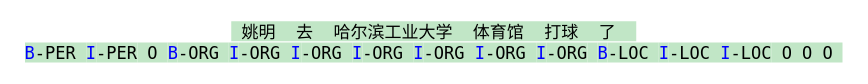
Above: ner.drawio in Daisysanmu/store_anything_box (draw.io), before the change. Source tidied: cells renumbered, new cells numbered last; positions are measured from the earlier drawing's top-left corner, leaving out a move shared by most shapes. Both pictures are drawn from the tidied source at 125%, with x=0, y=0 at pixel (21, 22).
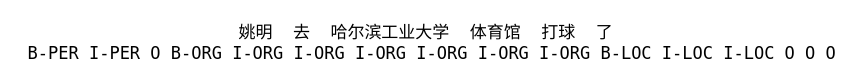
After the change.

The edit, as a diff of the source:
```diff
@@
 <mxGraphModel>
   <root>
     <mxCell id="0" />
     <mxCell id="1" parent="0" />
-    <mxCell id="2" value="&lt;div style=&quot;&quot;&gt;&lt;span style=&quot;font-family: ui-monospace, SFMono-Regular, &amp;quot;SF Mono&amp;quot;, Menlo, Consolas, &amp;quot;Liberation Mono&amp;quot;, monospace; font-size: 13.6px; white-space: pre; background-color: rgb(193, 230, 198);&quot;&gt; 姚明  去  哈尔滨工业大学  体育馆  打球  了  &lt;br&gt;&lt;/span&gt;&lt;span style=&quot;outline: none; color: rgb(0, 0, 255); font-family: ui-monospace, SFMono-Regular, &amp;quot;SF Mono&amp;quot;, Menlo, Consolas, &amp;quot;Liberation Mono&amp;quot;, monospace; font-size: 13.6px; white-space: pre; background-color: rgb(193, 230, 198); user-select: auto !important;&quot; class=&quot;hljs-selector-tag&quot;&gt;B&lt;/span&gt;&lt;span style=&quot;font-family: ui-monospace, SFMono-Regular, &amp;quot;SF Mono&amp;quot;, Menlo, Consolas, &amp;quot;Liberation Mono&amp;quot;, monospace; font-size: 13.6px; white-space: pre; background-color: rgb(193, 230, 198);&quot;&gt;-PER &lt;/span&gt;&lt;span style=&quot;outline: none; color: rgb(0, 0, 255); font-family: ui-monospace, SFMono-Regular, &amp;quot;SF Mono&amp;quot;, Menlo, Consolas, &amp;quot;Liberation Mono&amp;quot;, monospace; font-size: 13.6px; white-space: pre; background-color: rgb(193, 230, 198); user-select: auto !important;&quot; class=&quot;hljs-selector-tag&quot;&gt;I&lt;/span&gt;&lt;span style=&quot;font-family: ui-monospace, SFMono-Regular, &amp;quot;SF Mono&amp;quot;, Menlo, Consolas, &amp;quot;Liberation Mono&amp;quot;, monospace; font-size: 13.6px; white-space: pre; background-color: rgb(193, 230, 198);&quot;&gt;-PER&lt;/span&gt;&lt;span style=&quot;font-family: ui-monospace, SFMono-Regular, &amp;quot;SF Mono&amp;quot;, Menlo, Consolas, &amp;quot;Liberation Mono&amp;quot;, monospace; font-size: 13.6px; white-space: pre; background-color: rgb(193, 230, 198);&quot;&gt; O &lt;/span&gt;&lt;span style=&quot;outline: none; color: rgb(0, 0, 255); font-family: ui-monospace, SFMono-Regular, &amp;quot;SF Mono&amp;quot;, Menlo, Consolas, &amp;quot;Liberation Mono&amp;quot;, monospace; font-size: 13.6px; white-space: pre; background-color: rgb(193, 230, 198); user-select: auto !important;&quot; class=&quot;hljs-selector-tag&quot;&gt;B&lt;/span&gt;&lt;span style=&quot;font-family: ui-monospace, SFMono-Regular, &amp;quot;SF Mono&amp;quot;, Menlo, Consolas, &amp;quot;Liberation Mono&amp;quot;, monospace; font-size: 13.6px; white-space: pre; background-color: rgb(193, 230, 198);&quot;&gt;-ORG &lt;/span&gt;&lt;span style=&quot;outline: none; color: rgb(0, 0, 255); font-family: ui-monospace, SFMono-Regular, &amp;quot;SF Mono&amp;quot;, Menlo, Consolas, &amp;quot;Liberation Mono&amp;quot;, monospace; font-size: 13.6px; white-space: pre; background-color: rgb(193, 230, 198); user-select: auto !important;&quot; class=&quot;hljs-selector-tag&quot;&gt;I&lt;/span&gt;&lt;span style=&quot;font-family: ui-monospace, SFMono-Regular, &amp;quot;SF Mono&amp;quot;, Menlo, Consolas, &amp;quot;Liberation Mono&amp;quot;, monospace; font-size: 13.6px; white-space: pre; background-color: rgb(193, 230, 198);&quot;&gt;-ORG &lt;/span&gt;&lt;span style=&quot;outline: none; color: rgb(0, 0, 255); font-family: ui-monospace, SFMono-Regular, &amp;quot;SF Mono&amp;quot;, Menlo, Consolas, &amp;quot;Liberation Mono&amp;quot;, monospace; font-size: 13.6px; white-space: pre; background-color: rgb(193, 230, 198); user-select: auto !important;&quot; class=&quot;hljs-selector-tag&quot;&gt;I&lt;/span&gt;&lt;span style=&quot;font-family: ui-monospace, SFMono-Regular, &amp;quot;SF Mono&amp;quot;, Menlo, Consolas, &amp;quot;Liberation Mono&amp;quot;, monospace; font-size: 13.6px; white-space: pre; background-color: rgb(193, 230, 198);&quot;&gt;-ORG &lt;/span&gt;&lt;span style=&quot;outline: none; color: rgb(0, 0, 255); font-family: ui-monospace, SFMono-Regular, &amp;quot;SF Mono&amp;quot;, Menlo, Consolas, &amp;quot;Liberation Mono&amp;quot;, monospace; font-size: 13.6px; white-space: pre; background-color: rgb(193, 230, 198); user-select: auto !important;&quot; class=&quot;hljs-selector-tag&quot;&gt;I&lt;/span&gt;&lt;span style=&quot;font-family: ui-monospace, SFMono-Regular, &amp;quot;SF Mono&amp;quot;, Menlo, Consolas, &amp;quot;Liberation Mono&amp;quot;, monospace; font-size: 13.6px; white-space: pre; background-color: rgb(193, 230, 198);&quot;&gt;-ORG &lt;/span&gt;&lt;span style=&quot;outline: none; color: rgb(0, 0, 255); font-family: ui-monospace, SFMono-Regular, &amp;quot;SF Mono&amp;quot;, Menlo, Consolas, &amp;quot;Liberation Mono&amp;quot;, monospace; font-size: 13.6px; white-space: pre; background-color: rgb(193, 230, 198); user-select: auto !important;&quot; class=&quot;hljs-selector-tag&quot;&gt;I&lt;/span&gt;&lt;span style=&quot;font-family: ui-monospace, SFMono-Regular, &amp;quot;SF Mono&amp;quot;, Menlo, Consolas, &amp;quot;Liberation Mono&amp;quot;, monospace; font-size: 13.6px; white-space: pre; background-color: rgb(193, 230, 198);&quot;&gt;-ORG &lt;/span&gt;&lt;span style=&quot;outline: none; color: rgb(0, 0, 255); font-family: ui-monospace, SFMono-Regular, &amp;quot;SF Mono&amp;quot;, Menlo, Consolas, &amp;quot;Liberation Mono&amp;quot;, monospace; font-size: 13.6px; white-space: pre; background-color: rgb(193, 230, 198); user-select: auto !important;&quot; class=&quot;hljs-selector-tag&quot;&gt;I&lt;/span&gt;&lt;span style=&quot;font-family: ui-monospace, SFMono-Regular, &amp;quot;SF Mono&amp;quot;, Menlo, Consolas, &amp;quot;Liberation Mono&amp;quot;, monospace; font-size: 13.6px; white-space: pre; background-color: rgb(193, 230, 198);&quot;&gt;-ORG &lt;/span&gt;&lt;span style=&quot;outline: none; color: rgb(0, 0, 255); font-family: ui-monospace, SFMono-Regular, &amp;quot;SF Mono&amp;quot;, Menlo, Consolas, &amp;quot;Liberation Mono&amp;quot;, monospace; font-size: 13.6px; white-space: pre; background-color: rgb(193, 230, 198); user-select: auto !important;&quot; class=&quot;hljs-selector-tag&quot;&gt;I&lt;/span&gt;&lt;span style=&quot;font-family: ui-monospace, SFMono-Regular, &amp;quot;SF Mono&amp;quot;, Menlo, Consolas, &amp;quot;Liberation Mono&amp;quot;, monospace; font-size: 13.6px; white-space: pre; background-color: rgb(193, 230, 198);&quot;&gt;-ORG&lt;/span&gt;&lt;span style=&quot;font-family: ui-monospace, SFMono-Regular, &amp;quot;SF Mono&amp;quot;, Menlo, Consolas, &amp;quot;Liberation Mono&amp;quot;, monospace; font-size: 13.6px; white-space: pre; background-color: rgb(193, 230, 198);&quot;&gt; &lt;/span&gt;&lt;span style=&quot;outline: none; color: rgb(0, 0, 255); font-family: ui-monospace, SFMono-Regular, &amp;quot;SF Mono&amp;quot;, Menlo, Consolas, &amp;quot;Liberation Mono&amp;quot;, monospace; font-size: 13.6px; white-space: pre; background-color: rgb(193, 230, 198); user-select: auto !important;&quot; class=&quot;hljs-selector-tag&quot;&gt;B&lt;/span&gt;&lt;span style=&quot;font-family: ui-monospace, SFMono-Regular, &amp;quot;SF Mono&amp;quot;, Menlo, Consolas, &amp;quot;Liberation Mono&amp;quot;, monospace; font-size: 13.6px; white-space: pre; background-color: rgb(193, 230, 198);&quot;&gt;-LOC &lt;/span&gt;&lt;span style=&quot;outline: none; color: rgb(0, 0, 255); font-family: ui-monospace, SFMono-Regular, &amp;quot;SF Mono&amp;quot;, Menlo, Consolas, &amp;quot;Liberation Mono&amp;quot;, monospace; font-size: 13.6px; white-space: pre; background-color: rgb(193, 230, 198); user-select: auto !important;&quot; class=&quot;hljs-selector-tag&quot;&gt;I&lt;/span&gt;&lt;span style=&quot;font-family: ui-monospace, SFMono-Regular, &amp;quot;SF Mono&amp;quot;, Menlo, Consolas, &amp;quot;Liberation Mono&amp;quot;, monospace; font-size: 13.6px; white-space: pre; background-color: rgb(193, 230, 198);&quot;&gt;-LOC &lt;/span&gt;&lt;span style=&quot;outline: none; color: rgb(0, 0, 255); font-family: ui-monospace, SFMono-Regular, &amp;quot;SF Mono&amp;quot;, Menlo, Consolas, &amp;quot;Liberation Mono&amp;quot;, monospace; font-size: 13.6px; white-space: pre; background-color: rgb(193, 230, 198); user-select: auto !important;&quot; class=&quot;hljs-selector-tag&quot;&gt;I&lt;/span&gt;&lt;span style=&quot;font-family: ui-monospace, SFMono-Regular, &amp;quot;SF Mono&amp;quot;, Menlo, Consolas, &amp;quot;Liberation Mono&amp;quot;, monospace; font-size: 13.6px; white-space: pre; background-color: rgb(193, 230, 198);&quot;&gt;-LOC&lt;/span&gt;&lt;span style=&quot;font-family: ui-monospace, SFMono-Regular, &amp;quot;SF Mono&amp;quot;, Menlo, Consolas, &amp;quot;Liberation Mono&amp;quot;, monospace; font-size: 13.6px; white-space: pre; background-color: rgb(193, 230, 198);&quot;&gt; O O O &lt;/span&gt;&lt;/div&gt;" style="text;html=1;align=center;verticalAlign=middle;whiteSpace=wrap;rounded=0;" parent="1" vertex="1">
+    <mxCell id="2" value="&lt;div style=&quot;&quot;&gt;&amp;nbsp;&lt;font face=&quot;ui-monospace, SFMono-Regular, SF Mono, Menlo, Consolas, Liberation Mono, monospace&quot;&gt;&lt;span style=&quot;font-size: 13.6px; white-space: pre;&quot;&gt;姚明  去  哈尔滨工业大学  体育馆  打球  了  &lt;br/&gt;B-PER I-PER O B-ORG I-ORG I-ORG I-ORG I-ORG I-ORG I-ORG B-LOC I-LOC I-LOC O O O&lt;/span&gt;&lt;/font&gt;&amp;nbsp;&lt;/div&gt;" style="text;html=1;align=center;verticalAlign=middle;whiteSpace=wrap;rounded=0;" parent="1" vertex="1">
       <mxGeometry width="660" height="30" as="geometry" />
     </mxCell>
   </root>
 </mxGraphModel>
```
